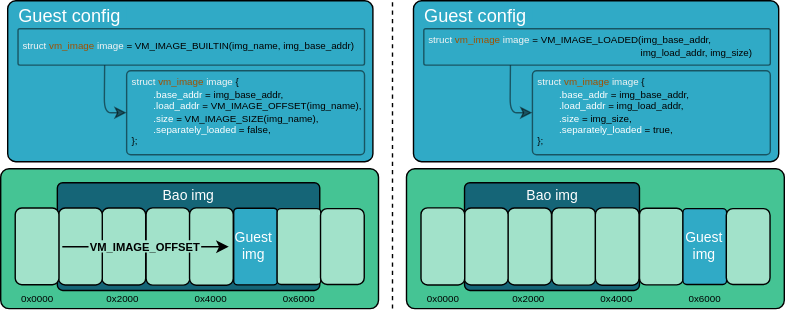
The draw.io diagram source/bao_hyp/img/guest-image.svg in bao-project/bao-docs, before a commit. Source tidied: cells renumbered, new cells last; positions are measured from the earlier drawing's top-left corner, leaving out a move shared by most shapes.
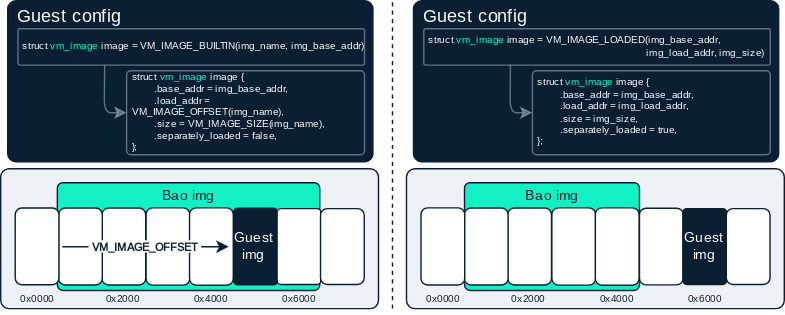
Above is the later version.

Change to the diagram source:
```diff
@@ -4,3 +4,3 @@
     <mxCell id="1" parent="0" />
-    <mxCell id="2" style="rounded=1;whiteSpace=wrap;html=1;fillColor=#30aac6;arcSize=5;fontSize=20;fontColor=#FFFFFF;" parent="1" vertex="1">
+    <mxCell id="2" style="rounded=1;whiteSpace=wrap;html=1;fillColor=#0B1F33;arcSize=5;fontSize=20;fontColor=#F8FAFC;" parent="1" vertex="1">
       <mxGeometry x="6" width="261" height="115" as="geometry" />
@@ -13,9 +13,9 @@
     </mxCell>
-    <mxCell id="4" value="Guest config" style="rounded=1;whiteSpace=wrap;html=1;fillColor=#30aac6;arcSize=9;fontSize=13;fontColor=#FFFFFF;strokeColor=none;" parent="1" vertex="1">
+    <mxCell id="4" value="Guest config" style="rounded=1;whiteSpace=wrap;html=1;fillColor=#0B1F33;arcSize=9;fontSize=13;fontColor=#F8FAFC;strokeColor=none;" parent="1" vertex="1">
       <mxGeometry x="10.3" y="4" width="80.7" height="14" as="geometry" />
     </mxCell>
-    <mxCell id="5" value="&lt;div style=&quot;font-size: 7px;&quot;&gt;&lt;font style=&quot;font-size: 7px;&quot;&gt;&lt;font style=&quot;font-size: 7px;&quot; color=&quot;#f5f5f5&quot;&gt;struct &lt;/font&gt;&lt;font style=&quot;font-size: 7px;&quot; color=&quot;#a15100&quot;&gt;vm_image&lt;/font&gt; &lt;font style=&quot;font-size: 7px;&quot; color=&quot;#f5f5f5&quot;&gt;image &lt;/font&gt;{&lt;/font&gt;&lt;/div&gt;&lt;div style=&quot;font-size: 7px;&quot;&gt;&lt;font style=&quot;font-size: 7px;&quot;&gt;&lt;div&gt;&amp;nbsp; &amp;nbsp; &amp;nbsp; &amp;nbsp; &lt;font color=&quot;#ffffff&quot;&gt;.base_addr&lt;/font&gt; = img_base_addr,&lt;/div&gt;&lt;div&gt;&lt;font color=&quot;#ffffff&quot;&gt;&lt;span style=&quot;white-space: pre;&quot;&gt;&#9;&lt;/span&gt;.load_addr&lt;/font&gt; = VM_IMAGE_OFFSET(img_name),&lt;/div&gt;&lt;div&gt;&lt;span style=&quot;background-color: initial;&quot;&gt;&lt;span style=&quot;white-space: pre;&quot;&gt;&#9;&lt;/span&gt;&lt;font color=&quot;#ffffff&quot;&gt;.size &lt;/font&gt;= VM_IMAGE_SIZE(img_name),&amp;nbsp;&lt;/span&gt;&lt;/div&gt;&lt;div&gt;&lt;span style=&quot;background-color: initial;&quot;&gt;&lt;span style=&quot;white-space: pre;&quot;&gt;&#9;&lt;/span&gt;&lt;font color=&quot;#ffffff&quot;&gt;.separately_loaded&lt;/font&gt; = false,&lt;/span&gt;&lt;/div&gt;&lt;/font&gt;&lt;/div&gt;&lt;div style=&quot;font-size: 7px;&quot;&gt;&lt;font style=&quot;font-size: 7px;&quot;&gt;};&lt;/font&gt;&lt;br style=&quot;font-size: 7px;&quot;&gt;&lt;/div&gt;" style="text;html=1;strokeColor=default;fillColor=none;align=left;verticalAlign=middle;whiteSpace=wrap;rounded=1;fontSize=7;opacity=50;arcSize=5;spacingLeft=2;" parent="1" vertex="1">
+    <mxCell id="5" value="&lt;div style=&quot;font-size: 7px;&quot;&gt;&lt;font style=&quot;font-size: 7px;&quot;&gt;&lt;font style=&quot;font-size: 7px;&quot; color=&quot;#0B1F33&quot;&gt;struct &lt;/font&gt;&lt;font style=&quot;font-size: 7px;&quot; color=&quot;#006B6B&quot;&gt;vm_image&lt;/font&gt; &lt;font style=&quot;font-size: 7px;&quot; color=&quot;#0B1F33&quot;&gt;image &lt;/font&gt;{&lt;/font&gt;&lt;/div&gt;&lt;div style=&quot;font-size: 7px;&quot;&gt;&lt;font style=&quot;font-size: 7px;&quot;&gt;&lt;div&gt;&amp;nbsp; &amp;nbsp; &amp;nbsp; &amp;nbsp; &lt;font color=&quot;#0B1F33&quot;&gt;.base_addr&lt;/font&gt; = img_base_addr,&lt;/div&gt;&lt;div&gt;&lt;font color=&quot;#0B1F33&quot;&gt;&lt;span style=&quot;white-space: pre;&quot;&gt; &lt;/span&gt;.load_addr&lt;/font&gt; = VM_IMAGE_OFFSET(img_name),&lt;/div&gt;&lt;div&gt;&lt;span style=&quot;background-color: initial;&quot;&gt;&lt;span style=&quot;white-space: pre;&quot;&gt; &lt;/span&gt;&lt;font color=&quot;#0B1F33&quot;&gt;.size &lt;/font&gt;= VM_IMAGE_SIZE(img_name),&amp;nbsp;&lt;/span&gt;&lt;/div&gt;&lt;div&gt;&lt;span style=&quot;background-color: initial;&quot;&gt;&lt;span style=&quot;white-space: pre;&quot;&gt; &lt;/span&gt;&lt;font color=&quot;#0B1F33&quot;&gt;.separately_loaded&lt;/font&gt; = false,&lt;/span&gt;&lt;/div&gt;&lt;/font&gt;&lt;/div&gt;&lt;div style=&quot;font-size: 7px;&quot;&gt;&lt;font style=&quot;font-size: 7px;&quot;&gt;};&lt;/font&gt;&lt;br style=&quot;font-size: 7px;&quot;&gt;&lt;/div&gt;" style="text;html=1;strokeColor=default;fillColor=none;align=left;verticalAlign=middle;whiteSpace=wrap;rounded=1;fontSize=7;opacity=50;arcSize=5;spacingLeft=2;" parent="1" vertex="1">
       <mxGeometry x="91" y="50" width="170" height="60" as="geometry" />
     </mxCell>
-    <mxCell id="6" value="&lt;div style=&quot;font-size: 7px;&quot;&gt;&lt;font style=&quot;font-size: 7px;&quot;&gt;&lt;font style=&quot;font-size: 7px;&quot; color=&quot;#f5f5f5&quot;&gt;struct &lt;/font&gt;&lt;font style=&quot;font-size: 7px;&quot; color=&quot;#a15100&quot;&gt;vm_image&lt;/font&gt; &lt;font style=&quot;font-size: 7px;&quot; color=&quot;#f5f5f5&quot;&gt;image &lt;/font&gt;=&amp;nbsp;VM_IMAGE_BUILTIN(img_name, img_base_addr)&lt;/font&gt;&lt;/div&gt;" style="text;html=1;strokeColor=default;fillColor=none;align=left;verticalAlign=middle;whiteSpace=wrap;rounded=1;fontSize=7;opacity=50;arcSize=5;spacingLeft=2;" parent="1" vertex="1">
+    <mxCell id="6" value="&lt;div style=&quot;font-size: 7px;&quot;&gt;&lt;font style=&quot;font-size: 7px;&quot;&gt;&lt;font style=&quot;font-size: 7px;&quot; color=&quot;#0B1F33&quot;&gt;struct &lt;/font&gt;&lt;font style=&quot;font-size: 7px;&quot; color=&quot;#006B6B&quot;&gt;vm_image&lt;/font&gt; &lt;font style=&quot;font-size: 7px;&quot; color=&quot;#0B1F33&quot;&gt;image &lt;/font&gt;=&amp;nbsp;VM_IMAGE_BUILTIN(img_name, img_base_addr)&lt;/font&gt;&lt;/div&gt;" style="text;html=1;strokeColor=default;fillColor=none;align=left;verticalAlign=middle;whiteSpace=wrap;rounded=1;fontSize=7;opacity=50;arcSize=5;spacingLeft=2;" parent="1" vertex="1">
       <mxGeometry x="13.4" y="20" width="247.6" height="26" as="geometry" />
@@ -32,3 +32,3 @@
     </mxCell>
-    <mxCell id="9" style="rounded=1;whiteSpace=wrap;html=1;fillColor=#45c494;arcSize=6;fontSize=15;labelBackgroundColor=#45c494;" parent="8" vertex="1">
+    <mxCell id="9" style="rounded=1;whiteSpace=wrap;html=1;fillColor=#EEF2F6;arcSize=6;fontSize=15;labelBackgroundColor=#45c494;" parent="8" vertex="1">
       <mxGeometry width="270" height="100" as="geometry" />
@@ -38,15 +38,15 @@
     </mxCell>
-    <mxCell id="11" style="rounded=1;whiteSpace=wrap;html=1;fillColor=#156577;fontSize=20;fontColor=#FFFFFF;arcSize=5;" parent="10" vertex="1">
+    <mxCell id="11" style="rounded=1;whiteSpace=wrap;html=1;fillColor=#13F0C4;fontSize=20;fontColor=#0B1F33;arcSize=5;" parent="10" vertex="1">
       <mxGeometry x="32" width="187.5" height="77" as="geometry" />
     </mxCell>
-    <mxCell id="12" style="rounded=1;whiteSpace=wrap;html=1;fontSize=20;rotation=-90;textOpacity=50;fillColor=#30aac6;fontColor=#FFFFFF;arcSize=9;" parent="10" vertex="1">
+    <mxCell id="12" style="rounded=1;whiteSpace=wrap;html=1;fontSize=20;rotation=-90;textOpacity=50;fillColor=#0B1F33;fontColor=#F8FAFC;arcSize=9;" parent="10" vertex="1">
       <mxGeometry x="146.2" y="30" width="54.8" height="31.2" as="geometry" />
     </mxCell>
-    <mxCell id="13" style="rounded=1;whiteSpace=wrap;html=1;fontSize=20;rotation=-90;textOpacity=50;fillColor=#a2e2ca;" parent="10" vertex="1">
+    <mxCell id="13" style="rounded=1;whiteSpace=wrap;html=1;fontSize=20;rotation=-90;textOpacity=50;fillColor=#FFFFFF;" parent="10" vertex="1">
       <mxGeometry x="52" y="30" width="55" height="31.2" as="geometry" />
     </mxCell>
-    <mxCell id="14" style="rounded=1;whiteSpace=wrap;html=1;fontSize=20;rotation=-90;textOpacity=50;fillColor=#a2e2ca;" parent="10" vertex="1">
+    <mxCell id="14" style="rounded=1;whiteSpace=wrap;html=1;fontSize=20;rotation=-90;textOpacity=50;fillColor=#FFFFFF;" parent="10" vertex="1">
       <mxGeometry x="83.4" y="30" width="55.2" height="31.2" as="geometry" />
     </mxCell>
-    <mxCell id="15" style="rounded=1;whiteSpace=wrap;html=1;fontSize=20;rotation=-90;textOpacity=50;fillColor=#a2e2ca;" parent="10" vertex="1">
+    <mxCell id="15" style="rounded=1;whiteSpace=wrap;html=1;fontSize=20;rotation=-90;textOpacity=50;fillColor=#FFFFFF;" parent="10" vertex="1">
       <mxGeometry x="114.5" y="30" width="55.2" height="31.2" as="geometry" />
@@ -59,12 +59,12 @@
     </mxCell>
-    <mxCell id="18" style="rounded=1;whiteSpace=wrap;html=1;fontSize=20;rotation=-90;textOpacity=50;fillColor=#a2e2ca;fontColor=default;arcSize=9;" parent="10" vertex="1">
+    <mxCell id="18" style="rounded=1;whiteSpace=wrap;html=1;fontSize=20;rotation=-90;textOpacity=50;fillColor=#FFFFFF;fontColor=default;arcSize=9;" parent="10" vertex="1">
       <mxGeometry x="177.6" y="30" width="54.2" height="31.2" as="geometry" />
     </mxCell>
-    <mxCell id="19" value="&lt;font color=&quot;#ffffff&quot; style=&quot;font-size: 10px;&quot;&gt;Guest&lt;br style=&quot;&quot;&gt;img&lt;/font&gt;" style="text;html=1;strokeColor=none;fillColor=none;align=center;verticalAlign=middle;whiteSpace=wrap;rounded=1;rotation=0;fontSize=10;" parent="10" vertex="1">
+    <mxCell id="19" value="&lt;font color=&quot;#F8FAFC&quot; style=&quot;font-size: 10px;&quot;&gt;Guest&lt;br style=&quot;&quot;&gt;img&lt;/font&gt;" style="text;html=1;strokeColor=none;fillColor=none;align=center;verticalAlign=middle;whiteSpace=wrap;rounded=1;rotation=0;fontSize=10;" parent="10" vertex="1">
       <mxGeometry x="159.1" y="30.4" width="25.9" height="30" as="geometry" />
     </mxCell>
-    <mxCell id="20" style="rounded=1;whiteSpace=wrap;html=1;fontSize=20;rotation=-90;textOpacity=50;fillColor=#a2e2ca;" parent="10" vertex="1">
+    <mxCell id="20" style="rounded=1;whiteSpace=wrap;html=1;fontSize=20;rotation=-90;textOpacity=50;fillColor=#FFFFFF;" parent="10" vertex="1">
       <mxGeometry x="21" y="30" width="55" height="31.2" as="geometry" />
     </mxCell>
-    <mxCell id="21" style="rounded=1;whiteSpace=wrap;html=1;fontSize=20;rotation=-90;textOpacity=50;fillColor=#a2e2ca;" parent="10" vertex="1">
+    <mxCell id="21" style="rounded=1;whiteSpace=wrap;html=1;fontSize=20;rotation=-90;textOpacity=50;fillColor=#FFFFFF;" parent="10" vertex="1">
       <mxGeometry x="-9.9" y="29.9" width="54.8" height="31.2" as="geometry" />
@@ -77,6 +77,6 @@
     </mxCell>
-    <mxCell id="24" style="rounded=1;whiteSpace=wrap;html=1;fontSize=20;rotation=-90;textOpacity=50;fillColor=#a2e2ca;" parent="10" vertex="1">
+    <mxCell id="24" style="rounded=1;whiteSpace=wrap;html=1;fontSize=20;rotation=-90;textOpacity=50;fillColor=#FFFFFF;" parent="10" vertex="1">
       <mxGeometry x="208.6" y="30" width="54.2" height="31.2" as="geometry" />
     </mxCell>
-    <mxCell id="25" value="&lt;font style=&quot;font-size: 10px;&quot; color=&quot;#ffffff&quot;&gt;Bao img&lt;/font&gt;" style="text;html=1;strokeColor=none;fillColor=none;align=center;verticalAlign=middle;whiteSpace=wrap;rounded=1;rotation=0;fontSize=10;" parent="10" vertex="1">
+    <mxCell id="25" value="&lt;font style=&quot;font-size: 10px;&quot; color=&quot;#0B1F33&quot;&gt;Bao img&lt;/font&gt;" style="text;html=1;strokeColor=none;fillColor=none;align=center;verticalAlign=middle;whiteSpace=wrap;rounded=1;rotation=0;fontSize=10;" parent="10" vertex="1">
       <mxGeometry x="84.3" y="4" width="82.9" height="10" as="geometry" />
@@ -89,15 +89,15 @@
     </mxCell>
-    <mxCell id="27" value="&lt;font style=&quot;font-size: 8px;&quot;&gt;&amp;nbsp;VM_IMAGE_OFFSET&amp;nbsp;&lt;/font&gt;" style="text;html=1;strokeColor=none;fillColor=#a2e2ca;align=center;verticalAlign=middle;whiteSpace=wrap;rounded=1;fontSize=7;fontStyle=1;" parent="10" vertex="1">
+    <mxCell id="27" value="&lt;font style=&quot;font-size: 8px;&quot;&gt;&amp;nbsp;VM_IMAGE_OFFSET&amp;nbsp;&lt;/font&gt;" style="text;html=1;strokeColor=none;fillColor=#FFFFFF;align=center;verticalAlign=middle;whiteSpace=wrap;rounded=1;fontSize=7;fontStyle=1;" parent="10" vertex="1">
       <mxGeometry x="54.3" y="41.1" width="80.5" height="8.7" as="geometry" />
     </mxCell>
-    <mxCell id="28" style="rounded=1;whiteSpace=wrap;html=1;fillColor=#30aac6;arcSize=5;fontSize=20;fontColor=#FFFFFF;" parent="1" vertex="1">
+    <mxCell id="28" style="rounded=1;whiteSpace=wrap;html=1;fillColor=#0B1F33;arcSize=5;fontSize=20;fontColor=#F8FAFC;" parent="1" vertex="1">
       <mxGeometry x="296" width="261" height="115" as="geometry" />
     </mxCell>
-    <mxCell id="29" value="Guest config" style="rounded=1;whiteSpace=wrap;html=1;fillColor=#30aac6;arcSize=9;fontSize=13;fontColor=#FFFFFF;strokeColor=none;" parent="1" vertex="1">
+    <mxCell id="29" value="Guest config" style="rounded=1;whiteSpace=wrap;html=1;fillColor=#0B1F33;arcSize=9;fontSize=13;fontColor=#F8FAFC;strokeColor=none;" parent="1" vertex="1">
       <mxGeometry x="300.3" y="4" width="80.7" height="14" as="geometry" />
     </mxCell>
-    <mxCell id="30" value="&lt;div style=&quot;font-size: 7px;&quot;&gt;&lt;font style=&quot;font-size: 7px;&quot;&gt;&lt;font style=&quot;font-size: 7px;&quot; color=&quot;#f5f5f5&quot;&gt;struct &lt;/font&gt;&lt;font style=&quot;font-size: 7px;&quot; color=&quot;#a15100&quot;&gt;vm_image&lt;/font&gt; &lt;font style=&quot;font-size: 7px;&quot; color=&quot;#f5f5f5&quot;&gt;image &lt;/font&gt;{&lt;/font&gt;&lt;/div&gt;&lt;div style=&quot;font-size: 7px;&quot;&gt;&lt;font style=&quot;font-size: 7px;&quot;&gt;&lt;div&gt;&amp;nbsp; &amp;nbsp; &amp;nbsp; &amp;nbsp; &lt;font color=&quot;#ffffff&quot;&gt;.base_addr&lt;/font&gt; = img_base_addr,&lt;/div&gt;&lt;div&gt;&lt;font color=&quot;#ffffff&quot;&gt;&lt;span style=&quot;white-space: pre;&quot;&gt;&#9;&lt;/span&gt;.load_addr&lt;/font&gt; = img_load_addr,&lt;/div&gt;&lt;div&gt;&lt;span style=&quot;background-color: initial;&quot;&gt;&lt;span style=&quot;white-space: pre;&quot;&gt;&#9;&lt;/span&gt;&lt;font color=&quot;#ffffff&quot;&gt;.size &lt;/font&gt;= img_size,&amp;nbsp;&lt;/span&gt;&lt;/div&gt;&lt;div&gt;&lt;span style=&quot;background-color: initial;&quot;&gt;&lt;span style=&quot;white-space: pre;&quot;&gt;&#9;&lt;/span&gt;&lt;font color=&quot;#ffffff&quot;&gt;.separately_loaded&lt;/font&gt; = true,&lt;/span&gt;&lt;/div&gt;&lt;/font&gt;&lt;/div&gt;&lt;div style=&quot;font-size: 7px;&quot;&gt;&lt;font style=&quot;font-size: 7px;&quot;&gt;};&lt;/font&gt;&lt;br style=&quot;font-size: 7px;&quot;&gt;&lt;/div&gt;" style="text;html=1;strokeColor=default;fillColor=none;align=left;verticalAlign=middle;whiteSpace=wrap;rounded=1;fontSize=7;opacity=50;arcSize=5;spacingLeft=2;" parent="1" vertex="1">
+    <mxCell id="30" value="&lt;div style=&quot;font-size: 7px;&quot;&gt;&lt;font style=&quot;font-size: 7px;&quot;&gt;&lt;font style=&quot;font-size: 7px;&quot; color=&quot;#0B1F33&quot;&gt;struct &lt;/font&gt;&lt;font style=&quot;font-size: 7px;&quot; color=&quot;#006B6B&quot;&gt;vm_image&lt;/font&gt; &lt;font style=&quot;font-size: 7px;&quot; color=&quot;#0B1F33&quot;&gt;image &lt;/font&gt;{&lt;/font&gt;&lt;/div&gt;&lt;div style=&quot;font-size: 7px;&quot;&gt;&lt;font style=&quot;font-size: 7px;&quot;&gt;&lt;div&gt;&amp;nbsp; &amp;nbsp; &amp;nbsp; &amp;nbsp; &lt;font color=&quot;#0B1F33&quot;&gt;.base_addr&lt;/font&gt; = img_base_addr,&lt;/div&gt;&lt;div&gt;&lt;font color=&quot;#0B1F33&quot;&gt;&lt;span style=&quot;white-space: pre;&quot;&gt; &lt;/span&gt;.load_addr&lt;/font&gt; = img_load_addr,&lt;/div&gt;&lt;div&gt;&lt;span style=&quot;background-color: initial;&quot;&gt;&lt;span style=&quot;white-space: pre;&quot;&gt; &lt;/span&gt;&lt;font color=&quot;#0B1F33&quot;&gt;.size &lt;/font&gt;= img_size,&amp;nbsp;&lt;/span&gt;&lt;/div&gt;&lt;div&gt;&lt;span style=&quot;background-color: initial;&quot;&gt;&lt;span style=&quot;white-space: pre;&quot;&gt; &lt;/span&gt;&lt;font color=&quot;#0B1F33&quot;&gt;.separately_loaded&lt;/font&gt; = true,&lt;/span&gt;&lt;/div&gt;&lt;/font&gt;&lt;/div&gt;&lt;div style=&quot;font-size: 7px;&quot;&gt;&lt;font style=&quot;font-size: 7px;&quot;&gt;};&lt;/font&gt;&lt;br style=&quot;font-size: 7px;&quot;&gt;&lt;/div&gt;" style="text;html=1;strokeColor=default;fillColor=none;align=left;verticalAlign=middle;whiteSpace=wrap;rounded=1;fontSize=7;opacity=50;arcSize=5;spacingLeft=2;" parent="1" vertex="1">
       <mxGeometry x="381" y="50" width="170" height="60" as="geometry" />
     </mxCell>
-    <mxCell id="31" value="&lt;div style=&quot;font-size: 7px;&quot;&gt;&lt;font style=&quot;font-size: 7px;&quot;&gt;&lt;font style=&quot;font-size: 7px;&quot; color=&quot;#f5f5f5&quot;&gt;struct &lt;/font&gt;&lt;font style=&quot;font-size: 7px;&quot; color=&quot;#a15100&quot;&gt;vm_image&lt;/font&gt; &lt;font style=&quot;font-size: 7px;&quot; color=&quot;#f5f5f5&quot;&gt;image &lt;/font&gt;=&amp;nbsp;VM_IMAGE_LOADED(img_base_addr, &lt;span style=&quot;white-space: pre;&quot;&gt;&#9;&lt;/span&gt;&lt;span style=&quot;white-space: pre;&quot;&gt;&#9;&lt;/span&gt;&lt;span style=&quot;white-space: pre;&quot;&gt;&#9;&lt;/span&gt;&lt;span style=&quot;white-space: pre;&quot;&gt;&#9;&lt;/span&gt;&lt;span style=&quot;white-space: pre;&quot;&gt;&#9;&lt;/span&gt;&lt;span style=&quot;white-space: pre;&quot;&gt;&#9;&lt;/span&gt;&lt;span style=&quot;white-space: pre;&quot;&gt;&#9;&lt;/span&gt;&lt;span style=&quot;white-space: pre;&quot;&gt;&#9;&lt;/span&gt;&lt;span style=&quot;white-space: pre;&quot;&gt;&#9;&lt;/span&gt;&amp;nbsp; &amp;nbsp; &amp;nbsp; img_load_addr, img_size)&amp;nbsp;&lt;/font&gt;&lt;/div&gt;" style="text;html=1;strokeColor=default;fillColor=none;align=left;verticalAlign=middle;whiteSpace=wrap;rounded=1;fontSize=7;opacity=50;arcSize=5;spacingLeft=2;" parent="1" vertex="1">
+    <mxCell id="31" value="&lt;div style=&quot;font-size: 7px;&quot;&gt;&lt;font style=&quot;font-size: 7px;&quot;&gt;&lt;font style=&quot;font-size: 7px;&quot; color=&quot;#0B1F33&quot;&gt;struct &lt;/font&gt;&lt;font style=&quot;font-size: 7px;&quot; color=&quot;#006B6B&quot;&gt;vm_image&lt;/font&gt; &lt;font style=&quot;font-size: 7px;&quot; color=&quot;#0B1F33&quot;&gt;image &lt;/font&gt;=&amp;nbsp;VM_IMAGE_LOADED(img_base_addr, &lt;span style=&quot;white-space: pre;&quot;&gt; &lt;/span&gt;&lt;span style=&quot;white-space: pre;&quot;&gt; &lt;/span&gt;&lt;span style=&quot;white-space: pre;&quot;&gt; &lt;/span&gt;&lt;span style=&quot;white-space: pre;&quot;&gt; &lt;/span&gt;&lt;span style=&quot;white-space: pre;&quot;&gt; &lt;/span&gt;&lt;span style=&quot;white-space: pre;&quot;&gt; &lt;/span&gt;&lt;span style=&quot;white-space: pre;&quot;&gt; &lt;/span&gt;&lt;span style=&quot;white-space: pre;&quot;&gt; &lt;/span&gt;&lt;span style=&quot;white-space: pre;&quot;&gt; &lt;/span&gt;&amp;nbsp; &amp;nbsp; &amp;nbsp; img_load_addr, img_size)&amp;nbsp;&lt;/font&gt;&lt;/div&gt;" style="text;html=1;strokeColor=default;fillColor=none;align=left;verticalAlign=middle;whiteSpace=wrap;rounded=1;fontSize=7;opacity=50;arcSize=5;spacingLeft=2;" parent="1" vertex="1">
       <mxGeometry x="303.4" y="20" width="247.6" height="26" as="geometry" />
@@ -114,3 +114,3 @@
     </mxCell>
-    <mxCell id="34" style="rounded=1;whiteSpace=wrap;html=1;fillColor=#45c494;arcSize=6;fontSize=15;labelBackgroundColor=#45c494;" parent="33" vertex="1">
+    <mxCell id="34" style="rounded=1;whiteSpace=wrap;html=1;fillColor=#EEF2F6;arcSize=6;fontSize=15;labelBackgroundColor=#45c494;" parent="33" vertex="1">
       <mxGeometry width="270" height="100" as="geometry" />
@@ -120,15 +120,15 @@
     </mxCell>
-    <mxCell id="36" style="rounded=1;whiteSpace=wrap;html=1;fillColor=#156577;fontSize=20;fontColor=#FFFFFF;arcSize=5;" parent="35" vertex="1">
+    <mxCell id="36" style="rounded=1;whiteSpace=wrap;html=1;fillColor=#13F0C4;fontSize=20;fontColor=#0B1F33;arcSize=5;" parent="35" vertex="1">
       <mxGeometry x="33" width="125" height="77" as="geometry" />
     </mxCell>
-    <mxCell id="37" style="rounded=1;whiteSpace=wrap;html=1;fontSize=20;rotation=-90;textOpacity=50;fillColor=#a2e2ca;" parent="35" vertex="1">
+    <mxCell id="37" style="rounded=1;whiteSpace=wrap;html=1;fontSize=20;rotation=-90;textOpacity=50;fillColor=#FFFFFF;" parent="35" vertex="1">
       <mxGeometry x="146.2" y="30" width="54.8" height="31.2" as="geometry" />
     </mxCell>
-    <mxCell id="38" style="rounded=1;whiteSpace=wrap;html=1;fontSize=20;rotation=-90;textOpacity=50;fillColor=#a2e2ca;" parent="35" vertex="1">
+    <mxCell id="38" style="rounded=1;whiteSpace=wrap;html=1;fontSize=20;rotation=-90;textOpacity=50;fillColor=#FFFFFF;" parent="35" vertex="1">
       <mxGeometry x="52" y="30" width="55" height="31.2" as="geometry" />
     </mxCell>
-    <mxCell id="39" style="rounded=1;whiteSpace=wrap;html=1;fontSize=20;rotation=-90;textOpacity=50;fillColor=#a2e2ca;" parent="35" vertex="1">
+    <mxCell id="39" style="rounded=1;whiteSpace=wrap;html=1;fontSize=20;rotation=-90;textOpacity=50;fillColor=#FFFFFF;" parent="35" vertex="1">
       <mxGeometry x="83.4" y="30" width="55.2" height="31.2" as="geometry" />
     </mxCell>
-    <mxCell id="40" style="rounded=1;whiteSpace=wrap;html=1;fontSize=20;rotation=-90;textOpacity=50;fillColor=#a2e2ca;" parent="35" vertex="1">
+    <mxCell id="40" style="rounded=1;whiteSpace=wrap;html=1;fontSize=20;rotation=-90;textOpacity=50;fillColor=#FFFFFF;" parent="35" vertex="1">
       <mxGeometry x="114.5" y="30" width="55.2" height="31.2" as="geometry" />
@@ -141,12 +141,12 @@
     </mxCell>
-    <mxCell id="43" style="rounded=1;whiteSpace=wrap;html=1;fontSize=20;rotation=-90;textOpacity=50;fillColor=#30aac6;fontColor=#FFFFFF;arcSize=9;" parent="35" vertex="1">
+    <mxCell id="43" style="rounded=1;whiteSpace=wrap;html=1;fontSize=20;rotation=-90;textOpacity=50;fillColor=#0B1F33;fontColor=#F8FAFC;arcSize=9;" parent="35" vertex="1">
       <mxGeometry x="177.6" y="30" width="54.2" height="31.2" as="geometry" />
     </mxCell>
-    <mxCell id="44" value="&lt;font color=&quot;#ffffff&quot; style=&quot;font-size: 10px;&quot;&gt;Guest&lt;br style=&quot;&quot;&gt;img&lt;/font&gt;" style="text;html=1;strokeColor=none;fillColor=none;align=center;verticalAlign=middle;whiteSpace=wrap;rounded=1;rotation=0;fontSize=10;" parent="35" vertex="1">
+    <mxCell id="44" value="&lt;font color=&quot;#F8FAFC&quot; style=&quot;font-size: 10px;&quot;&gt;Guest&lt;br style=&quot;&quot;&gt;img&lt;/font&gt;" style="text;html=1;strokeColor=none;fillColor=none;align=center;verticalAlign=middle;whiteSpace=wrap;rounded=1;rotation=0;fontSize=10;" parent="35" vertex="1">
       <mxGeometry x="191.1" y="30.4" width="25.9" height="30" as="geometry" />
     </mxCell>
-    <mxCell id="45" style="rounded=1;whiteSpace=wrap;html=1;fontSize=20;rotation=-90;textOpacity=50;fillColor=#a2e2ca;" parent="35" vertex="1">
+    <mxCell id="45" style="rounded=1;whiteSpace=wrap;html=1;fontSize=20;rotation=-90;textOpacity=50;fillColor=#FFFFFF;" parent="35" vertex="1">
       <mxGeometry x="21" y="30" width="55" height="31.2" as="geometry" />
     </mxCell>
-    <mxCell id="46" style="rounded=1;whiteSpace=wrap;html=1;fontSize=20;rotation=-90;textOpacity=50;fillColor=#a2e2ca;" parent="35" vertex="1">
+    <mxCell id="46" style="rounded=1;whiteSpace=wrap;html=1;fontSize=20;rotation=-90;textOpacity=50;fillColor=#FFFFFF;" parent="35" vertex="1">
       <mxGeometry x="-10.1" y="29.9" width="55.1" height="31.2" as="geometry" />
@@ -159,6 +159,6 @@
     </mxCell>
-    <mxCell id="49" style="rounded=1;whiteSpace=wrap;html=1;fontSize=20;rotation=-90;textOpacity=50;fillColor=#a2e2ca;" parent="35" vertex="1">
+    <mxCell id="49" style="rounded=1;whiteSpace=wrap;html=1;fontSize=20;rotation=-90;textOpacity=50;fillColor=#FFFFFF;" parent="35" vertex="1">
       <mxGeometry x="208.6" y="30" width="54.2" height="31.2" as="geometry" />
     </mxCell>
-    <mxCell id="50" value="&lt;font style=&quot;font-size: 10px;&quot; color=&quot;#ffffff&quot;&gt;Bao img&lt;/font&gt;" style="text;html=1;strokeColor=none;fillColor=none;align=center;verticalAlign=middle;whiteSpace=wrap;rounded=1;rotation=0;fontSize=10;" parent="35" vertex="1">
+    <mxCell id="50" value="&lt;font style=&quot;font-size: 10px;&quot; color=&quot;#0B1F33&quot;&gt;Bao img&lt;/font&gt;" style="text;html=1;strokeColor=none;fillColor=none;align=center;verticalAlign=middle;whiteSpace=wrap;rounded=1;rotation=0;fontSize=10;" parent="35" vertex="1">
       <mxGeometry x="54.5" y="4" width="82.9" height="10" as="geometry" />
```
